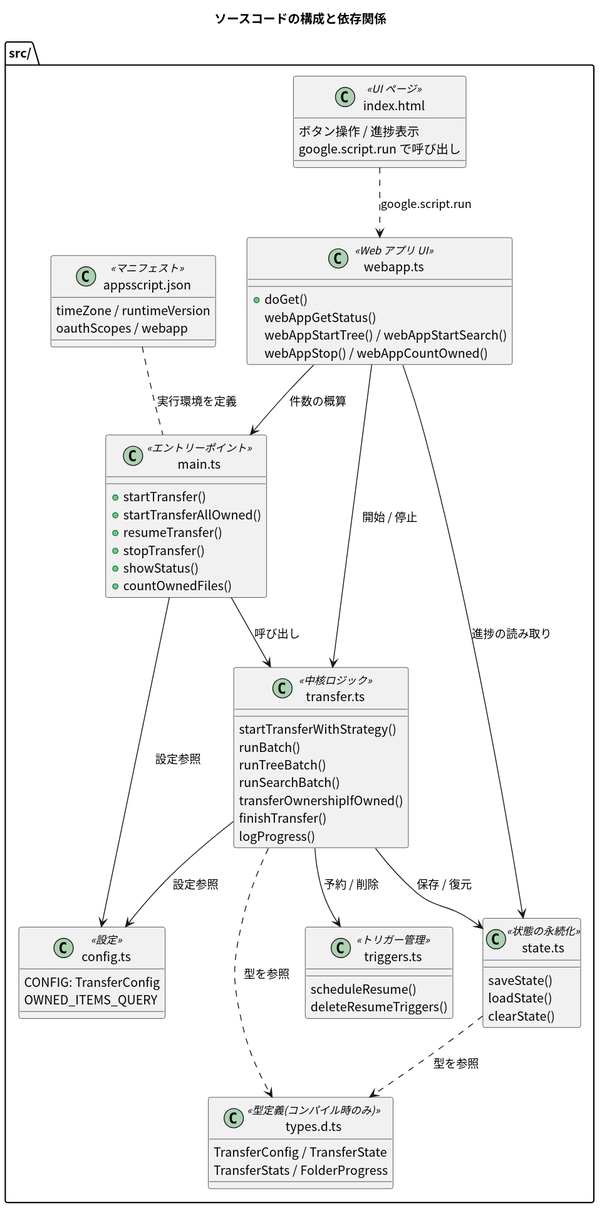
The PlantUML diagram gas-drive-ownership-transfer-2026-07-11/docs/textbook/images/05_code_structure.svg in pollenjp-org/sandbox, before a commit.
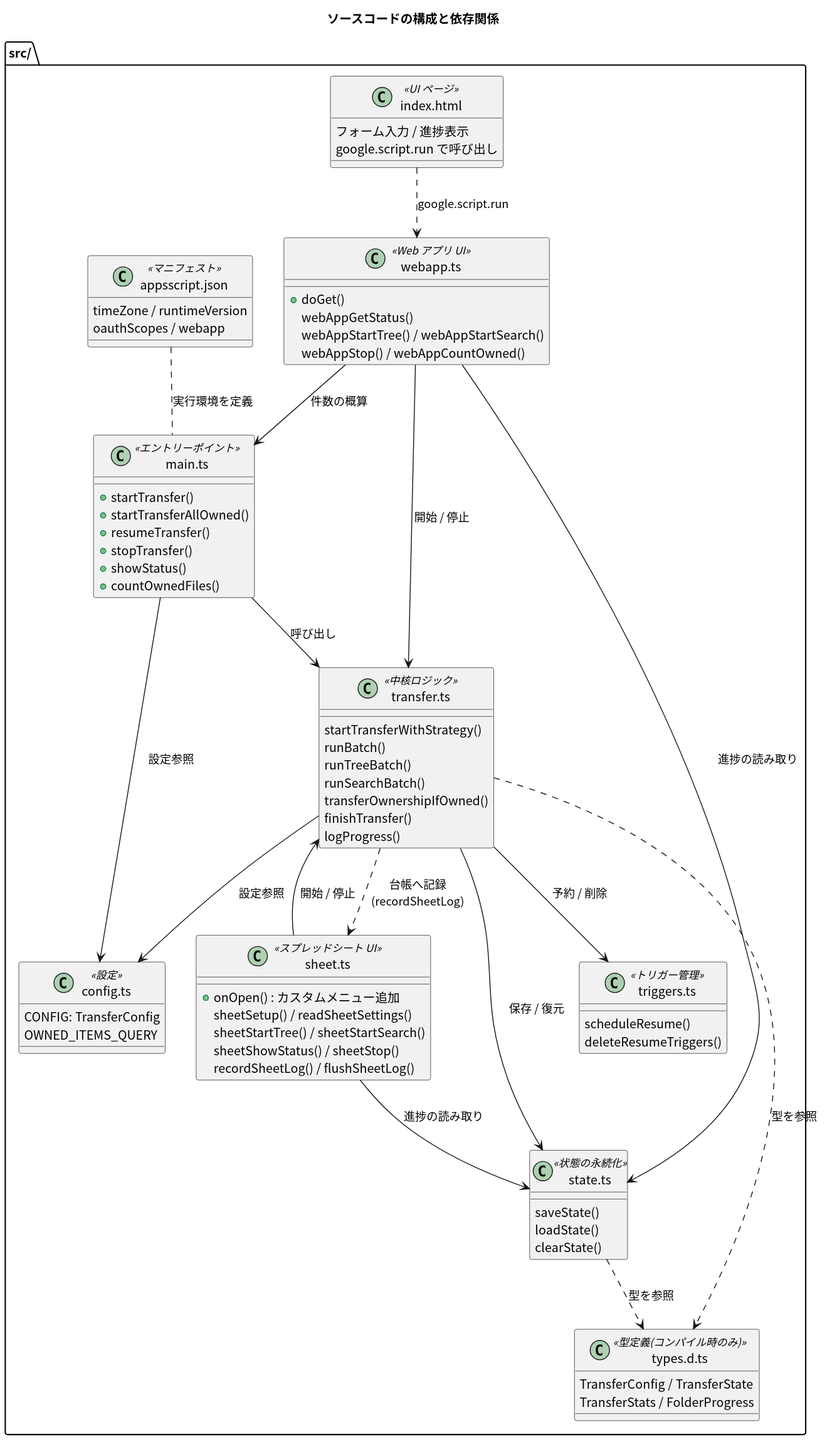
After the commit.

Diff of the diagram source:
```diff
@@ -45,8 +45,15 @@
     webAppStop() / webAppCountOwned()
   }
   class "index.html" as html <<UI ページ>> {
-    ボタン操作 / 進捗表示
+    フォーム入力 / 進捗表示
     google.script.run で呼び出し
+  }
+  class "sheet.ts" as sheet <<スプレッドシート UI>> {
+    +onOpen() : カスタムメニュー追加
+    sheetSetup() / readSheetSettings()
+    sheetStartTree() / sheetStartSearch()
+    sheetShowStatus() / sheetStop()
+    recordSheetLog() / flushSheetLog()
   }
   class "appsscript.json" as manifest <<マニフェスト>> {
     timeZone / runtimeVersion
@@ -63,6 +70,9 @@
 webapp --> transfer : 開始 / 停止
 webapp --> state : 進捗の読み取り
 webapp --> main : 件数の概算
+sheet --> transfer : 開始 / 停止
+sheet --> state : 進捗の読み取り
+transfer ..> sheet : 台帳へ記録\n(recordSheetLog)
 state ..> types : 型を参照
 transfer ..> types : 型を参照
 manifest .. main : 実行環境を定義
```
